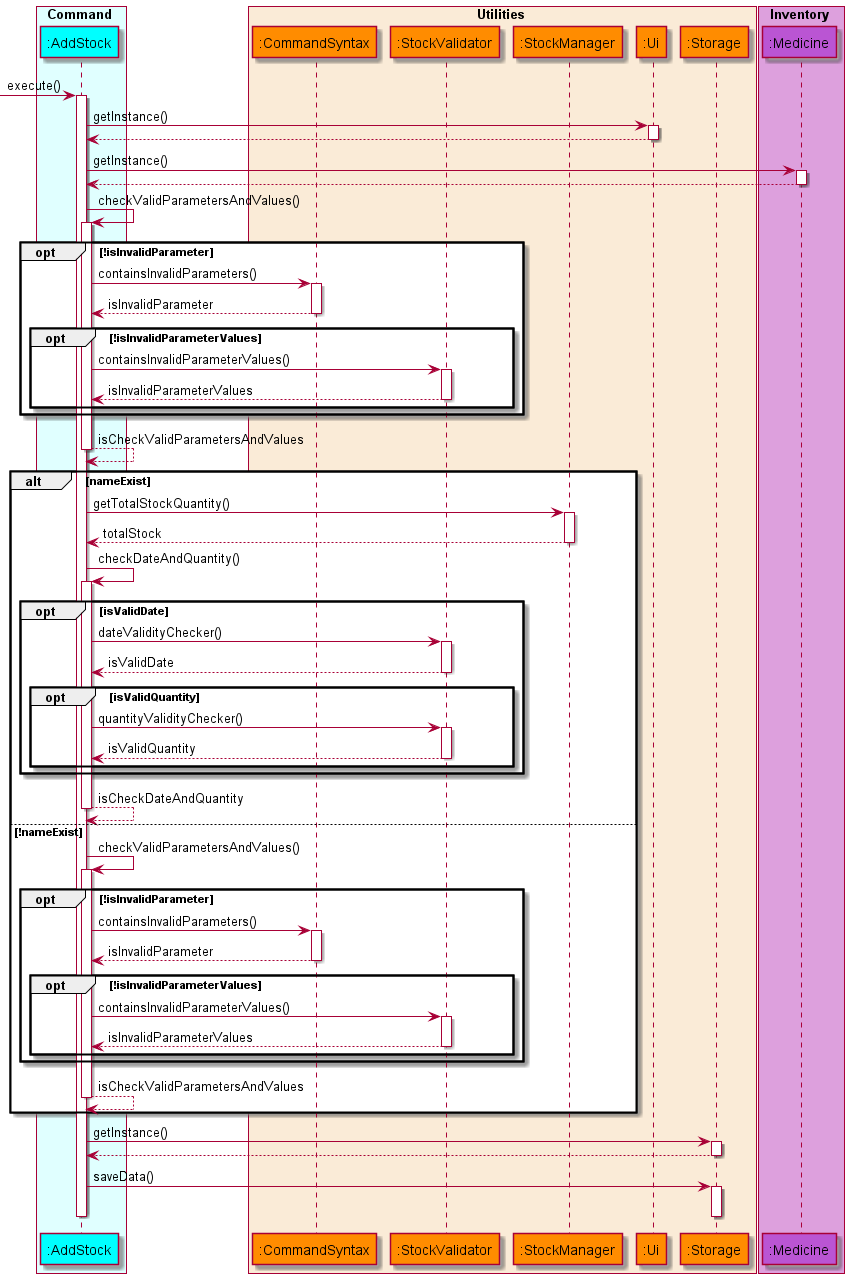
Before: docs/diagrams/diagram_images/AddStockSequenceDiagram.png, a diagram exported from PlantUML (nus-cs2113-AY2122S1/tp).
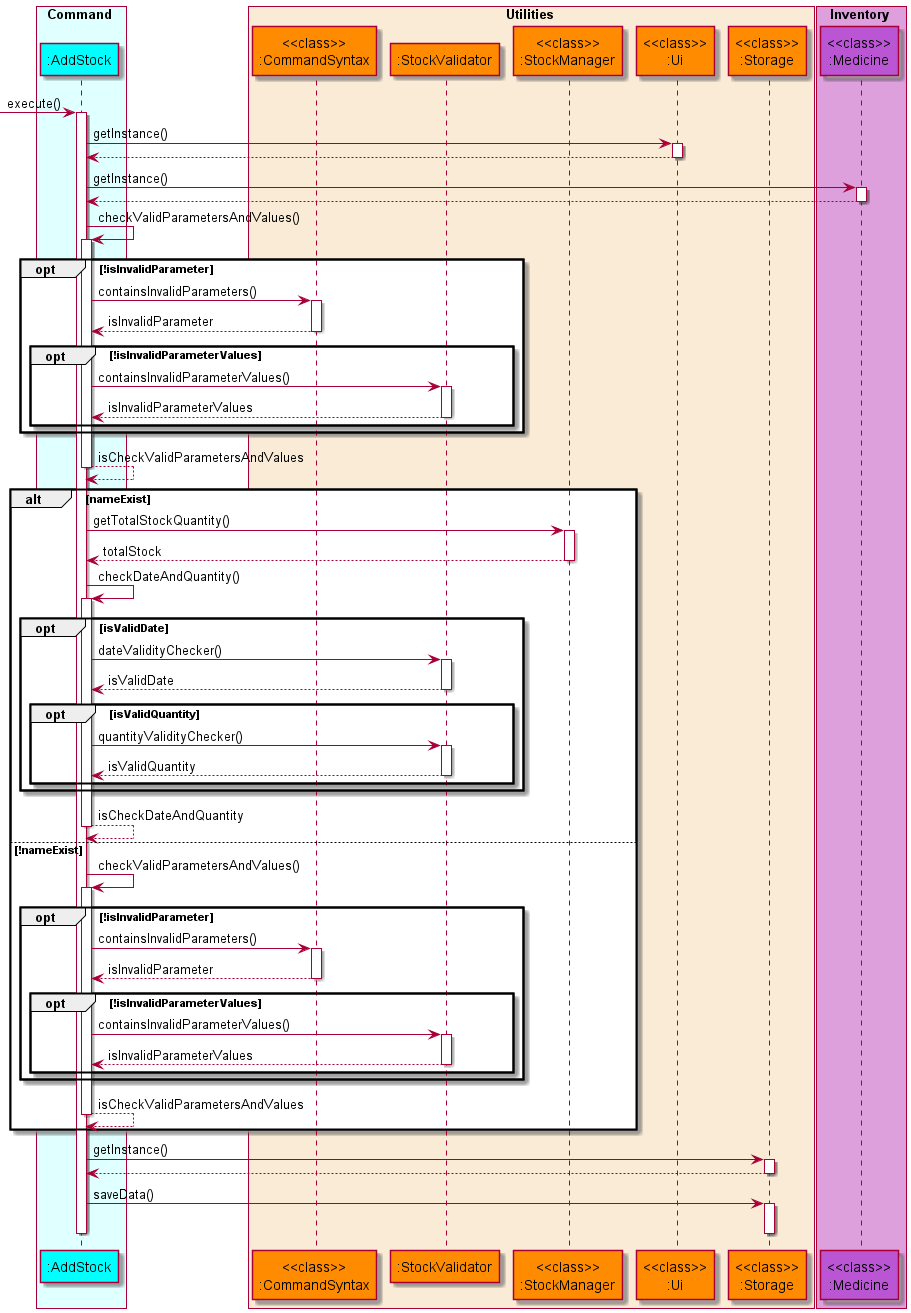
The same file after the commit.

The edit, as a diff of the source:
```diff
@@ -1,4 +1,4 @@
-@startuml
+@startuml AddStockSequenceDiagram
 
 !include style.puml
 
@@ -7,15 +7,15 @@
 end box
 
 box Utilities COLOR_UTILITIES_BOX
-    participant ":CommandSyntax" as commandsyntax COLOR_UTILITIES
+    participant "<<class>>\n:CommandSyntax" as commandsyntax COLOR_UTILITIES
     participant ":StockValidator" as stockvalidator COLOR_UTILITIES
-    participant ":StockManager" as stockmanager COLOR_UTILITIES
-    participant ":Ui" as ui COLOR_UTILITIES
-    participant ":Storage" as storage COLOR_UTILITIES
+    participant "<<class>>\n:StockManager" as stockmanager COLOR_UTILITIES
+    participant "<<class>>\n:Ui" as ui COLOR_UTILITIES
+    participant "<<class>>\n:Storage" as storage COLOR_UTILITIES
 end box
 
 box Inventory COLOR_INVENTORY_BOX
-    participant ":Medicine" as medicine COLOR_INVENTORY
+    participant "<<class>>\n:Medicine" as medicine COLOR_INVENTORY
 end box
 
 autoactivate on
```
